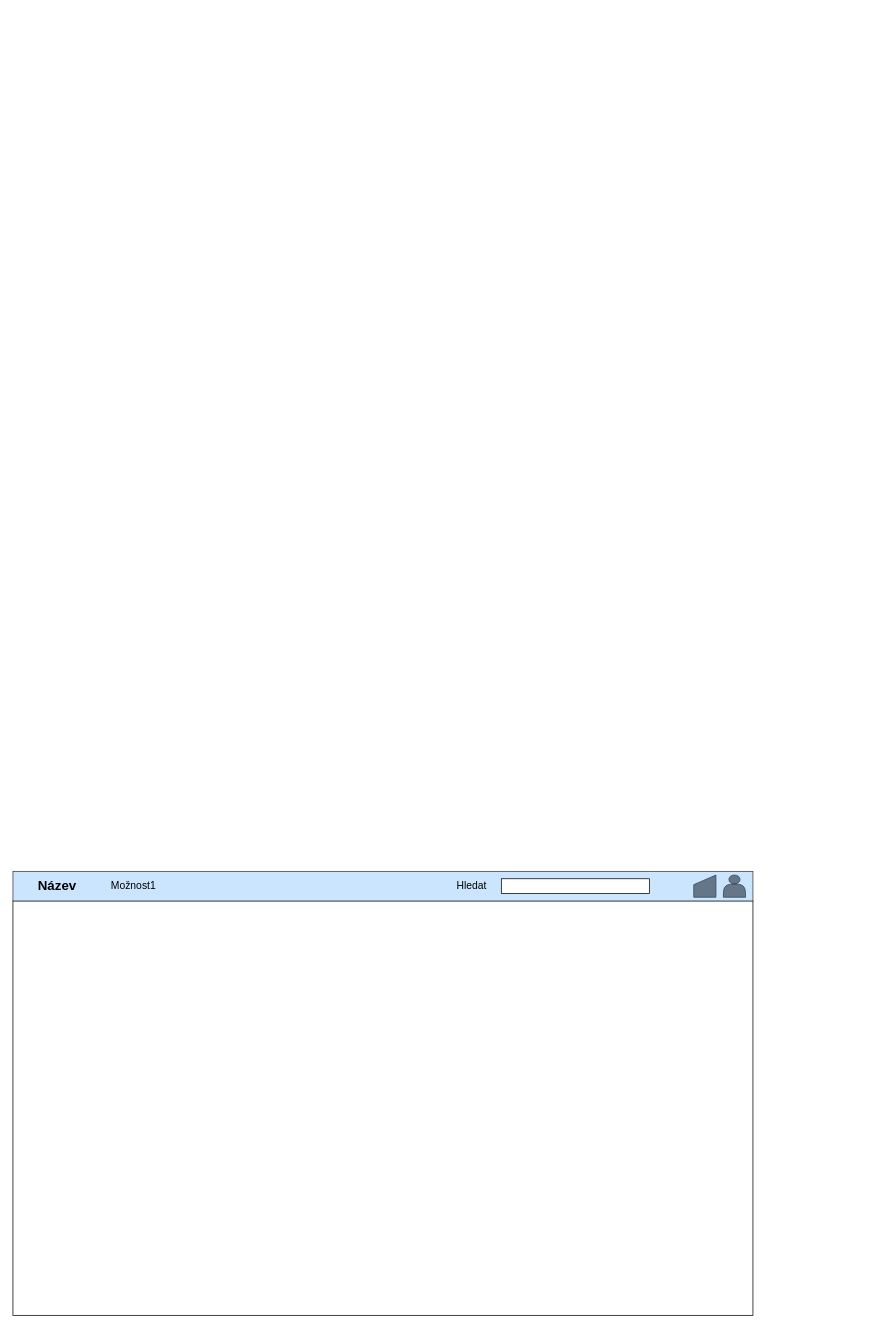
hroudaadam/Web-design-semestralni-projekt keeps this draw.io diagram as page "Layout" (1 of 7) of analyza.drawio. Above is the earlier version. Source tidied: cells renumbered, new cells numbered last; positions are measured from the earlier drawing's top-left corner, leaving out a move shared by most shapes. Both pictures are drawn from the tidied source at 74%, with x=0, y=0 at pixel (13, 871).
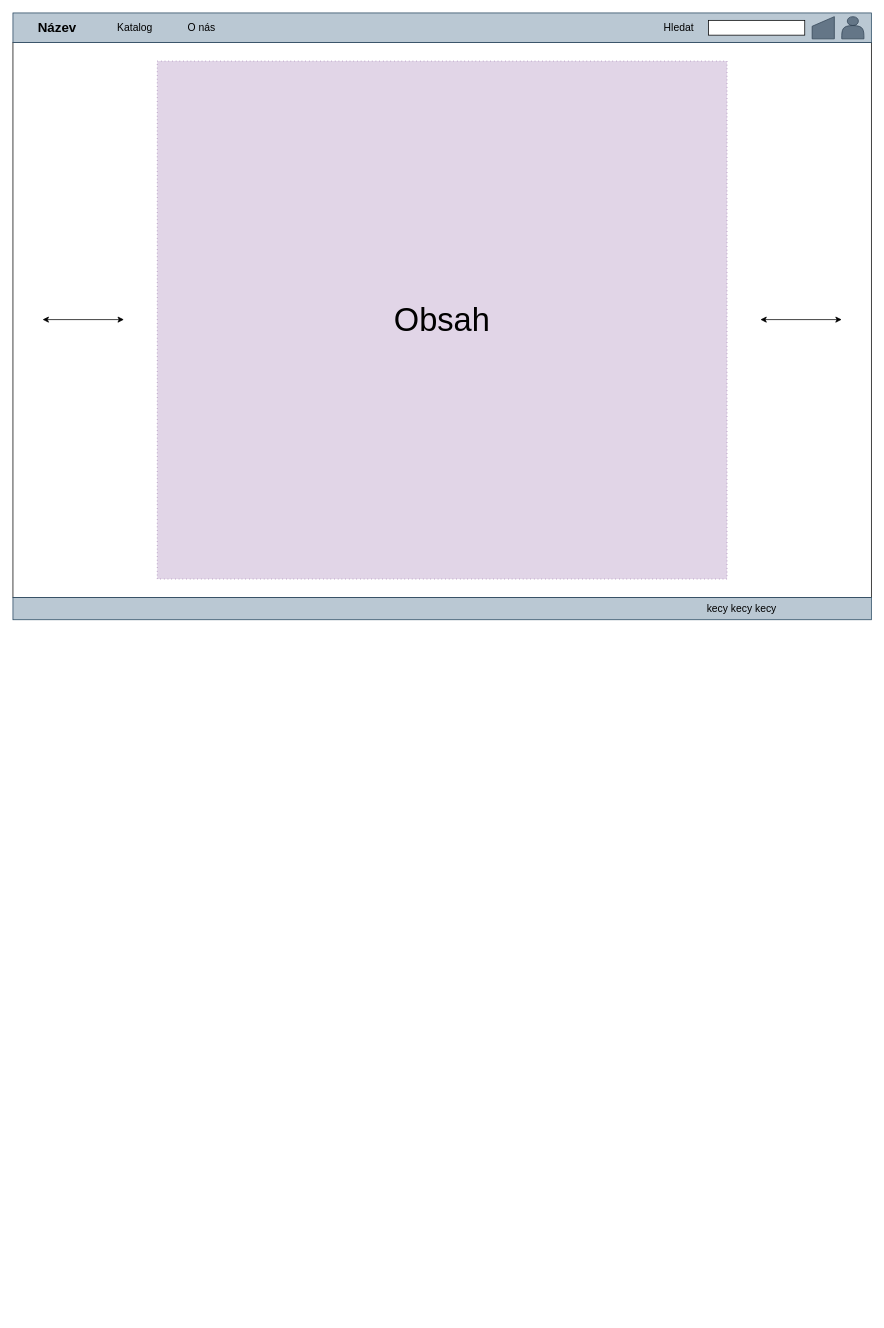
The same page after the edit.

What changed in the source:
```diff
@@
 <mxGraphModel>
   <root>
     <mxCell id="0" />
     <mxCell id="1" parent="0" />
-    <mxCell id="2" style="rounded=0;whiteSpace=wrap;html=1;" parent="1" vertex="1">
-      <mxGeometry y="40" width="1000" height="560" as="geometry" />
-    </mxCell>
-    <mxCell id="3" style="rounded=0;whiteSpace=wrap;html=1;fillColor=#cce5ff;strokeColor=#36393d;" parent="1" vertex="1">
-      <mxGeometry width="1000" height="40" as="geometry" />
-    </mxCell>
+    <mxCell id="10" style="rounded=0;whiteSpace=wrap;html=1;" parent="1" vertex="1">
+      <mxGeometry y="-1120" width="1160" height="750" as="geometry" />
+    </mxCell>
+    <mxCell id="11" style="rounded=0;whiteSpace=wrap;html=1;fillColor=#bac8d3;strokeColor=#23445d;" parent="1" vertex="1">
+      <mxGeometry y="-1160" width="1160" height="40" as="geometry" />
+    </mxCell>
     <mxCell id="4" value="Název" style="text;html=1;strokeColor=none;fillColor=none;align=center;verticalAlign=middle;whiteSpace=wrap;rounded=0;fontStyle=1;fontSize=18;" parent="1" vertex="1">
-      <mxGeometry x="20" y="10" width="80" height="20" as="geometry" />
+      <mxGeometry x="20" y="-1150" width="80" height="20" as="geometry" />
     </mxCell>
-    <mxCell id="5" value="Možnost1&amp;nbsp;" style="text;html=1;strokeColor=none;fillColor=none;align=center;verticalAlign=middle;whiteSpace=wrap;rounded=0;fontSize=14;" parent="1" vertex="1">
-      <mxGeometry x="110" y="10" width="110" height="20" as="geometry" />
-    </mxCell>
-    <mxCell id="6" style="shape=actor;whiteSpace=wrap;html=1;fontSize=14;fillColor=#647687;strokeColor=#314354;fontColor=#ffffff;" parent="1" vertex="1">
-      <mxGeometry x="960" y="5" width="30" height="30" as="geometry" />
-    </mxCell>
-    <mxCell id="7" style="shape=manualInput;whiteSpace=wrap;html=1;fontSize=14;size=13;fillColor=#647687;strokeColor=#314354;fontColor=#ffffff;" parent="1" vertex="1">
-      <mxGeometry x="920" y="5" width="30" height="30" as="geometry" />
-    </mxCell>
-    <mxCell id="8" style="rounded=0;whiteSpace=wrap;html=1;fontSize=14;" parent="1" vertex="1">
-      <mxGeometry x="660" y="10" width="200" height="20" as="geometry" />
-    </mxCell>
+    <mxCell id="12" value="Katalog" style="text;html=1;strokeColor=none;fillColor=none;align=center;verticalAlign=middle;whiteSpace=wrap;rounded=0;fontSize=14;" parent="1" vertex="1">
+      <mxGeometry x="110" y="-1150" width="110" height="20" as="geometry" />
+    </mxCell>
+    <mxCell id="13" style="shape=actor;whiteSpace=wrap;html=1;fontSize=14;fillColor=#647687;strokeColor=#314354;fontColor=#ffffff;" parent="1" vertex="1">
+      <mxGeometry x="1120" y="-1155" width="30" height="30" as="geometry" />
+    </mxCell>
+    <mxCell id="14" style="shape=manualInput;whiteSpace=wrap;html=1;fontSize=14;size=13;fillColor=#647687;strokeColor=#314354;fontColor=#ffffff;" parent="1" vertex="1">
+      <mxGeometry x="1080" y="-1155" width="30" height="30" as="geometry" />
+    </mxCell>
+    <mxCell id="15" style="rounded=0;whiteSpace=wrap;html=1;fontSize=14;" parent="1" vertex="1">
+      <mxGeometry x="940" y="-1150" width="130" height="20" as="geometry" />
+    </mxCell>
     <mxCell id="9" value="Hledat" style="text;html=1;strokeColor=none;fillColor=none;align=center;verticalAlign=middle;whiteSpace=wrap;rounded=0;fontSize=14;" parent="1" vertex="1">
-      <mxGeometry x="590" y="10" width="60" height="20" as="geometry" />
+      <mxGeometry x="870" y="-1150" width="60" height="20" as="geometry" />
     </mxCell>
+    <mxCell id="16" value="O nás" style="text;html=1;strokeColor=none;fillColor=none;align=center;verticalAlign=middle;whiteSpace=wrap;rounded=0;fontSize=14;" parent="1" vertex="1">
+      <mxGeometry x="200" y="-1150" width="110" height="20" as="geometry" />
+    </mxCell>
+    <mxCell id="17" style="rounded=0;whiteSpace=wrap;html=1;fillColor=#e1d5e7;strokeColor=#9673a6;dashed=1;dashPattern=1 4;" parent="1" vertex="1">
+      <mxGeometry x="195" y="-1095" width="770" height="700" as="geometry" />
+    </mxCell>
+    <mxCell id="18" style="endArrow=classic;startArrow=classic;html=1;" parent="1" edge="1">
+      <mxGeometry relative="1" as="geometry">
+        <mxPoint x="1010" y="-745.6" as="sourcePoint" />
+        <mxPoint x="1120" y="-745.6" as="targetPoint" />
+      </mxGeometry>
+    </mxCell>
+    <mxCell id="19" style="endArrow=classic;startArrow=classic;html=1;" parent="1" edge="1">
+      <mxGeometry relative="1" as="geometry">
+        <mxPoint x="40" y="-745.6" as="sourcePoint" />
+        <mxPoint x="150" y="-745.6" as="targetPoint" />
+      </mxGeometry>
+    </mxCell>
+    <mxCell id="20" style="rounded=0;whiteSpace=wrap;html=1;fillColor=#bac8d3;strokeColor=#23445d;" parent="1" vertex="1">
+      <mxGeometry y="-370" width="1160" height="30" as="geometry" />
+    </mxCell>
+    <mxCell id="21" value="kecy kecy kecy" style="text;html=1;strokeColor=none;fillColor=none;align=center;verticalAlign=middle;whiteSpace=wrap;rounded=0;fontSize=14;" parent="1" vertex="1">
+      <mxGeometry x="820" y="-365" width="330" height="20" as="geometry" />
+    </mxCell>
+    <mxCell id="22" value="Obsah" style="text;html=1;strokeColor=none;fillColor=none;align=center;verticalAlign=middle;whiteSpace=wrap;rounded=0;fontSize=44;horizontal=1;" parent="1" vertex="1">
+      <mxGeometry x="455" y="-785" width="250" height="80" as="geometry" />
+    </mxCell>
   </root>
 </mxGraphModel>
```
